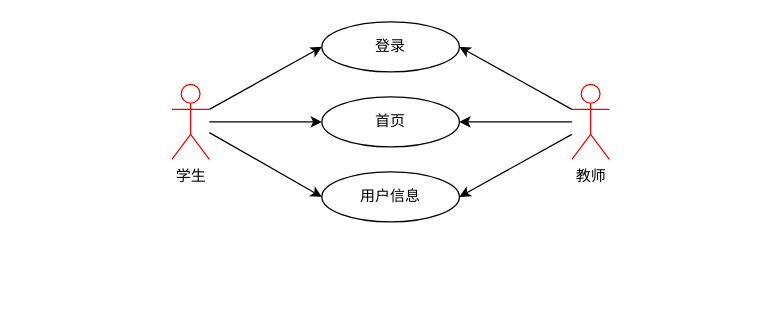
Before: ml_case_temp.drawio in azuma1024/drawio, a draw.io diagram. Source tidied: cells renumbered, new cells numbered last; positions are measured from the earlier drawing's top-left corner, leaving out a move shared by most shapes. Both pictures are drawn from the tidied source at 125%, with x=0, y=0 at pixel (171, 21).
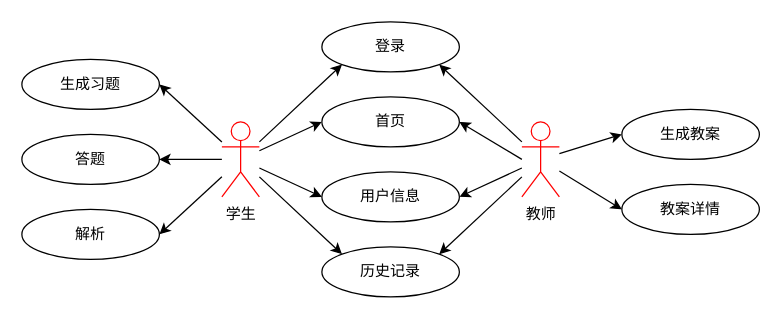
The same diagram, later.

Unchanged cells that the change refers to:
```xml
<mxCell id="10" value="登录" style="ellipse;whiteSpace=wrap;html=1;" parent="1" vertex="1">
  <mxGeometry x="120" width="110" height="40" as="geometry" />
</mxCell>
<mxCell id="11" value="用户信息" style="ellipse;whiteSpace=wrap;html=1;" parent="1" vertex="1">
  <mxGeometry x="120" y="120" width="110" height="40" as="geometry" />
</mxCell>
<mxCell id="12" value="首页" style="ellipse;whiteSpace=wrap;html=1;" parent="1" vertex="1">
  <mxGeometry x="120" y="60" width="110" height="40" as="geometry" />
</mxCell>
```

Change to the diagram source:
```diff
@@
-    <mxCell id="2" style="rounded=0;jettySize=auto;html=1;exitX=1;exitY=0.3333333333333333;exitDx=0;exitDy=0;exitPerimeter=0;entryX=0;entryY=0.5;entryDx=0;entryDy=0;" parent="1" edge="1" source="5" target="10">
-      <mxGeometry relative="1" as="geometry" />
-    </mxCell>
@@
+    <mxCell id="13" style="rounded=0;jettySize=auto;html=1;entryX=1;entryY=0.5;entryDx=0;entryDy=0;" parent="1" edge="1" source="5" target="20">
+      <mxGeometry relative="1" as="geometry" />
+    </mxCell>
+    <mxCell id="14" style="rounded=0;jettySize=auto;html=1;entryX=1;entryY=0.5;entryDx=0;entryDy=0;" parent="1" edge="1" source="5" target="21">
+      <mxGeometry relative="1" as="geometry" />
+    </mxCell>
+    <mxCell id="15" style="rounded=0;jettySize=auto;html=1;entryX=1;entryY=0.5;entryDx=0;entryDy=0;" parent="1" edge="1" source="5" target="22">
+      <mxGeometry relative="1" as="geometry" />
+    </mxCell>
+    <mxCell id="2" style="rounded=0;jettySize=auto;html=1;entryX=0;entryY=1;entryDx=0;entryDy=0;" parent="1" edge="1" source="5" target="10">
+      <mxGeometry relative="1" as="geometry" />
+    </mxCell>
+    <mxCell id="16" style="rounded=0;jettySize=auto;html=1;entryX=0;entryY=0;entryDx=0;entryDy=0;" parent="1" edge="1" source="5" target="23">
+      <mxGeometry relative="1" as="geometry" />
+    </mxCell>
     <mxCell id="5" value="学生" style="shape=umlActor;verticalLabelPosition=bottom;verticalAlign=top;html=1;outlineConnect=0;strokeColor=#FF0000;" parent="1" vertex="1">
-      <mxGeometry y="50" width="30" height="60" as="geometry" />
+      <mxGeometry x="40" y="80" width="30" height="60" as="geometry" />
     </mxCell>
-    <mxCell id="6" style="rounded=0;jettySize=auto;html=1;entryX=1;entryY=0.5;entryDx=0;entryDy=0;exitX=0;exitY=0.3333333333333333;exitDx=0;exitDy=0;exitPerimeter=0;" parent="1" edge="1" source="9" target="10">
-      <mxGeometry relative="1" as="geometry" />
-    </mxCell>
-    <mxCell id="7" style="rounded=0;jettySize=auto;html=1;entryX=1;entryY=0.5;entryDx=0;entryDy=0;" parent="1" edge="1" target="11">
-      <mxGeometry relative="1" as="geometry">
-        <mxPoint x="320" y="90" as="sourcePoint" />
-      </mxGeometry>
+    <mxCell id="7" style="rounded=0;jettySize=auto;html=1;entryX=1;entryY=0.5;entryDx=0;entryDy=0;" parent="1" edge="1" source="9" target="11">
+      <mxGeometry relative="1" as="geometry" />
     </mxCell>
-    <mxCell id="8" style="rounded=0;jettySize=auto;html=1;entryX=1;entryY=0.5;entryDx=0;entryDy=0;" parent="1" edge="1" source="9" target="12">
-      <mxGeometry relative="1" as="geometry" />
+    <mxCell id="8" style="rounded=0;jettySize=auto;html=1;entryX=1;entryY=0.5;entryDx=0;entryDy=0;" parent="1" edge="1" target="12">
+      <mxGeometry relative="1" as="geometry">
+        <mxPoint x="280" y="110" as="sourcePoint" />
+      </mxGeometry>
     </mxCell>
+    <mxCell id="6" style="rounded=0;jettySize=auto;html=1;entryX=1;entryY=1;entryDx=0;entryDy=0;" parent="1" edge="1" source="9" target="10">
+      <mxGeometry relative="1" as="geometry" />
+    </mxCell>
+    <mxCell id="17" style="rounded=0;jettySize=auto;html=1;entryX=1;entryY=0;entryDx=0;entryDy=0;" parent="1" edge="1" source="9" target="23">
+      <mxGeometry relative="1" as="geometry" />
+    </mxCell>
+    <mxCell id="18" style="rounded=0;jettySize=auto;html=1;entryX=0;entryY=0.5;entryDx=0;entryDy=0;" parent="1" edge="1" source="9" target="24">
+      <mxGeometry relative="1" as="geometry" />
+    </mxCell>
+    <mxCell id="19" style="rounded=0;jettySize=auto;html=1;entryX=0;entryY=0.5;entryDx=0;entryDy=0;" parent="1" edge="1" source="9" target="25">
+      <mxGeometry relative="1" as="geometry" />
+    </mxCell>
     <mxCell id="9" value="教师" style="shape=umlActor;verticalLabelPosition=bottom;verticalAlign=top;html=1;outlineConnect=0;strokeColor=#FF0000;" parent="1" vertex="1">
-      <mxGeometry x="320" y="50" width="30" height="60" as="geometry" />
+      <mxGeometry x="280" y="80" width="30" height="60" as="geometry" />
     </mxCell>
@@
+    <mxCell id="20" value="生成习题" style="ellipse;whiteSpace=wrap;html=1;" parent="1" vertex="1">
+      <mxGeometry x="-120" y="30" width="110" height="40" as="geometry" />
+    </mxCell>
+    <mxCell id="21" value="答题" style="ellipse;whiteSpace=wrap;html=1;" parent="1" vertex="1">
+      <mxGeometry x="-120" y="90" width="110" height="40" as="geometry" />
+    </mxCell>
+    <mxCell id="22" value="解析" style="ellipse;whiteSpace=wrap;html=1;" parent="1" vertex="1">
+      <mxGeometry x="-120" y="150" width="110" height="40" as="geometry" />
+    </mxCell>
+    <mxCell id="23" value="历史记录" style="ellipse;whiteSpace=wrap;html=1;" parent="1" vertex="1">
+      <mxGeometry x="120" y="180" width="110" height="40" as="geometry" />
+    </mxCell>
+    <mxCell id="24" value="生成教案" style="ellipse;whiteSpace=wrap;html=1;" parent="1" vertex="1">
+      <mxGeometry x="360" y="70" width="110" height="40" as="geometry" />
+    </mxCell>
+    <mxCell id="25" value="教案详情" style="ellipse;whiteSpace=wrap;html=1;" parent="1" vertex="1">
+      <mxGeometry x="360" y="130" width="110" height="40" as="geometry" />
+    </mxCell>
```
